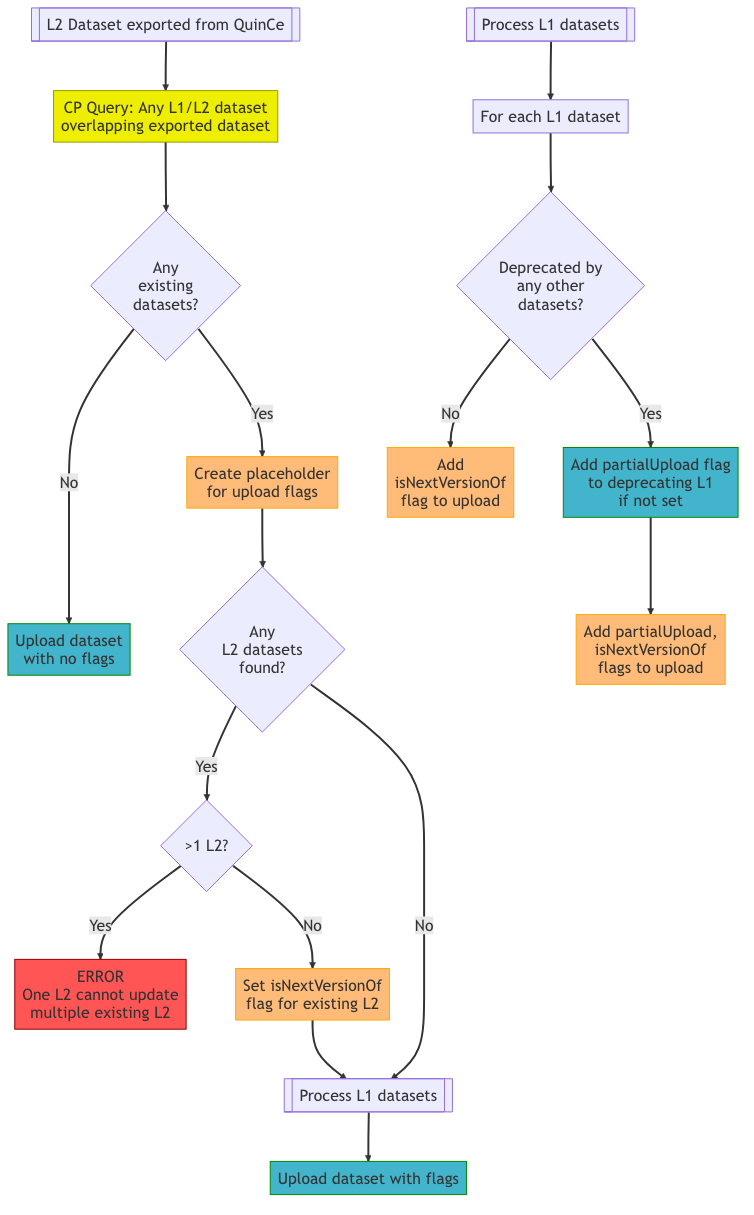
This is Documentation/Design/ExportScripts/CarbonPortal/L2_flowchart.png from quince-science/QuinCe, a Mermaid export, as it was before one commit. Its source is kept beside it as Documentation/Design/ExportScripts/CarbonPortal/L2_flowchart.mermaid. Its diagram source:
```mermaid
flowchart TD
  exported[[L2 Dataset exported from QuinCe]]
  q_existing[CP Query: Any L1/L2 dataset<br>overlapping exported dataset]:::query
  any_existing{Any<br>existing<br>datasets?}

  any_l2{Any<br>L2 datasets<br>found?}

  multi_l2{>1 L2?}
  err_multi_l2[ERROR<br>One L2 cannot update<br>multiple existing L2]:::error

  l2_next_l2[Set isNextVersionOf<br>flag for existing L2]:::flags

  l2_placeholder[Create placeholder<br>for upload flags]:::flags


  upload_l2_no_flags[Upload dataset<br>with no flags]:::upload
  upload_l2[Upload dataset with flags]:::upload

  process_l1_target[[Process L1 datasets]]
  process_l1_start[[Process L1 datasets]]

  l1_loop[For each L1 dataset]
  other_deprecate{Deprecated by<br>any other<br>datasets?}

  set_l2_full[Add<br>isNextVersionOf<br>flag to upload]:::flags

  set_l1_partial[Add partialUpload flag<br>to deprecating L1<br>if not set]:::upload
  set_l2_partial[Add partialUpload,<br>isNextVersionOf<br>flags to upload]:::flags

  exported-->q_existing
  q_existing-->any_existing

  any_existing--->|No|upload_l2_no_flags

  any_existing-->|Yes|l2_placeholder
  l2_placeholder-->any_l2

  any_l2-->|Yes|multi_l2

  multi_l2-->|Yes|err_multi_l2
  multi_l2-->|No|l2_next_l2

  l2_next_l2-->process_l1_target

  any_l2-->|No|process_l1_target

  process_l1_target-->upload_l2

  process_l1_start-->l1_loop
  l1_loop-->other_deprecate
  other_deprecate-->|No|set_l2_full

  other_deprecate-->|Yes|set_l1_partial
  set_l1_partial-->set_l2_partial

  classDef upload fill:#42b4cb,stroke:#080
  classDef error fill:#f55,stroke:#800
  classDef query fill:#ee0,stroke:#990
  classDef flags fill:#fb7,stroke:#fa0
```
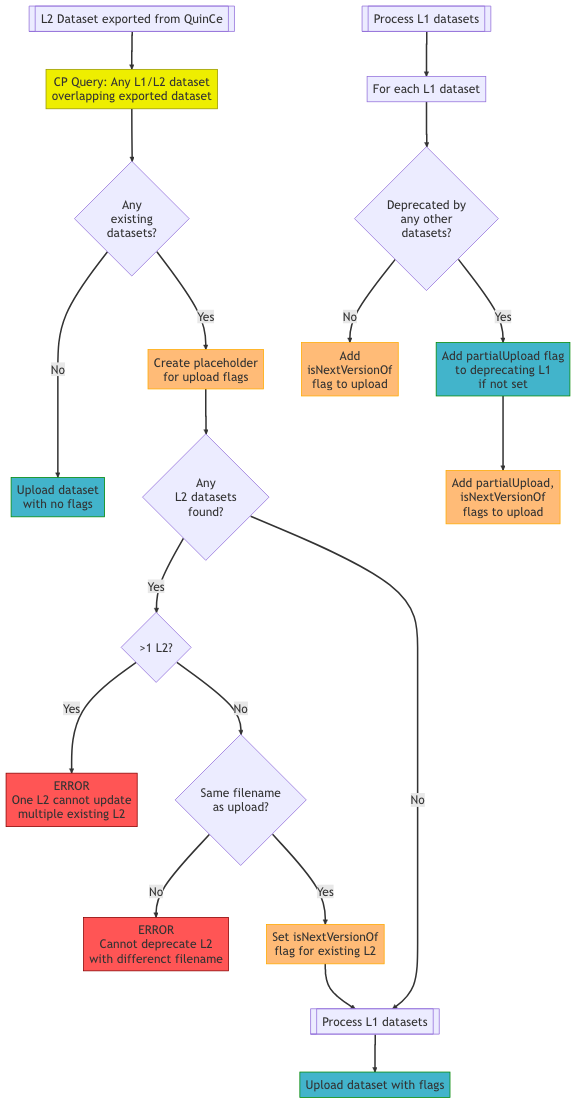
The same diagram one commit later.

Diff of the diagram source:
```diff
@@ -7,6 +7,9 @@
 
   multi_l2{>1 L2?}
   err_multi_l2[ERROR<br>One L2 cannot update<br>multiple existing L2]:::error
+
+  same_filename{Same filename<br>as upload?}
+  err_diff_filename[ERROR<br>Cannot deprecate L2<br>with differenct filename]:::error
 
   l2_next_l2[Set isNextVersionOf<br>flag for existing L2]:::flags
 
@@ -38,7 +41,10 @@
   any_l2-->|Yes|multi_l2
 
   multi_l2-->|Yes|err_multi_l2
-  multi_l2-->|No|l2_next_l2
+  multi_l2-->|No|same_filename
+
+  same_filename-->|No|err_diff_filename
+  same_filename-->|Yes|l2_next_l2
 
   l2_next_l2-->process_l1_target
 
```
